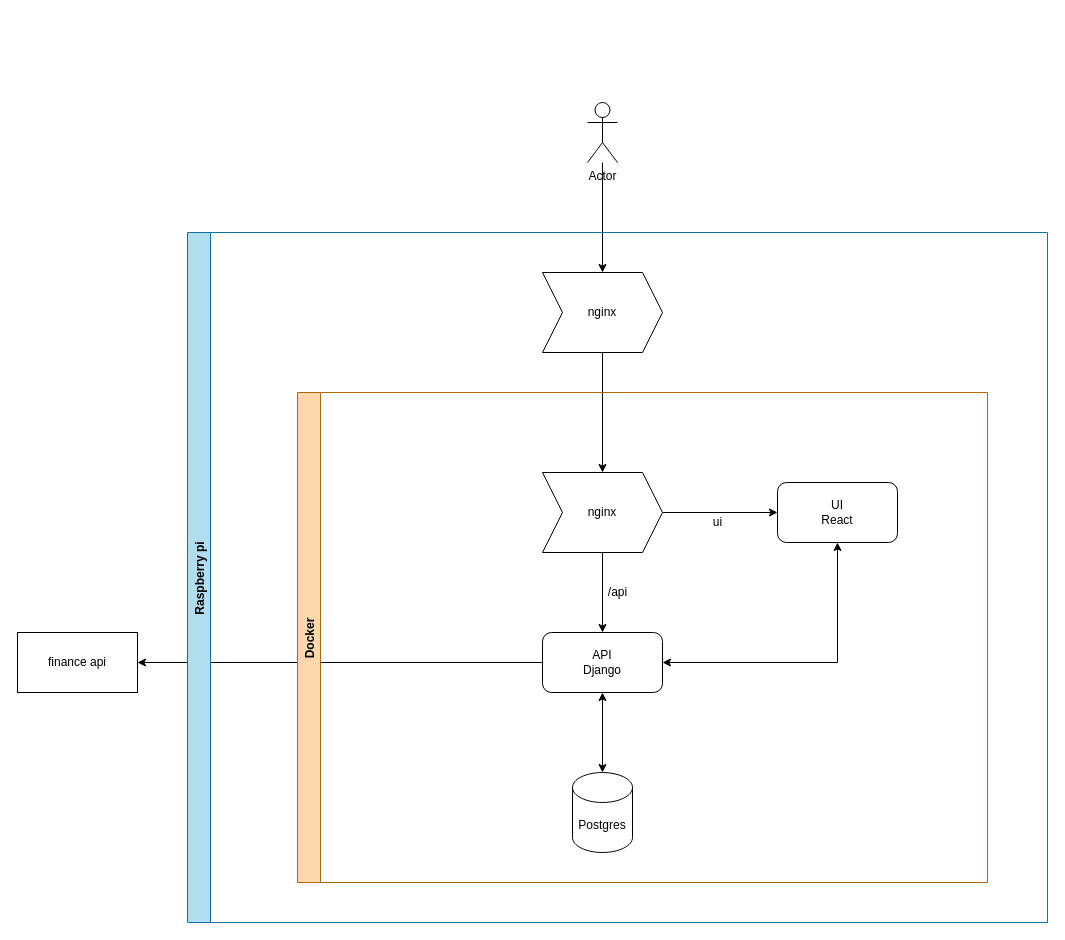
Before: resources/portfolio.drawio in berkayersengun/portfolio-api, a draw.io diagram. Source tidied: cells renumbered, new cells numbered last; positions are measured from the earlier drawing's top-left corner, leaving out a move shared by most shapes. Both pictures are drawn from the tidied source at 100%, with x=0, y=0 at pixel (17, 102).
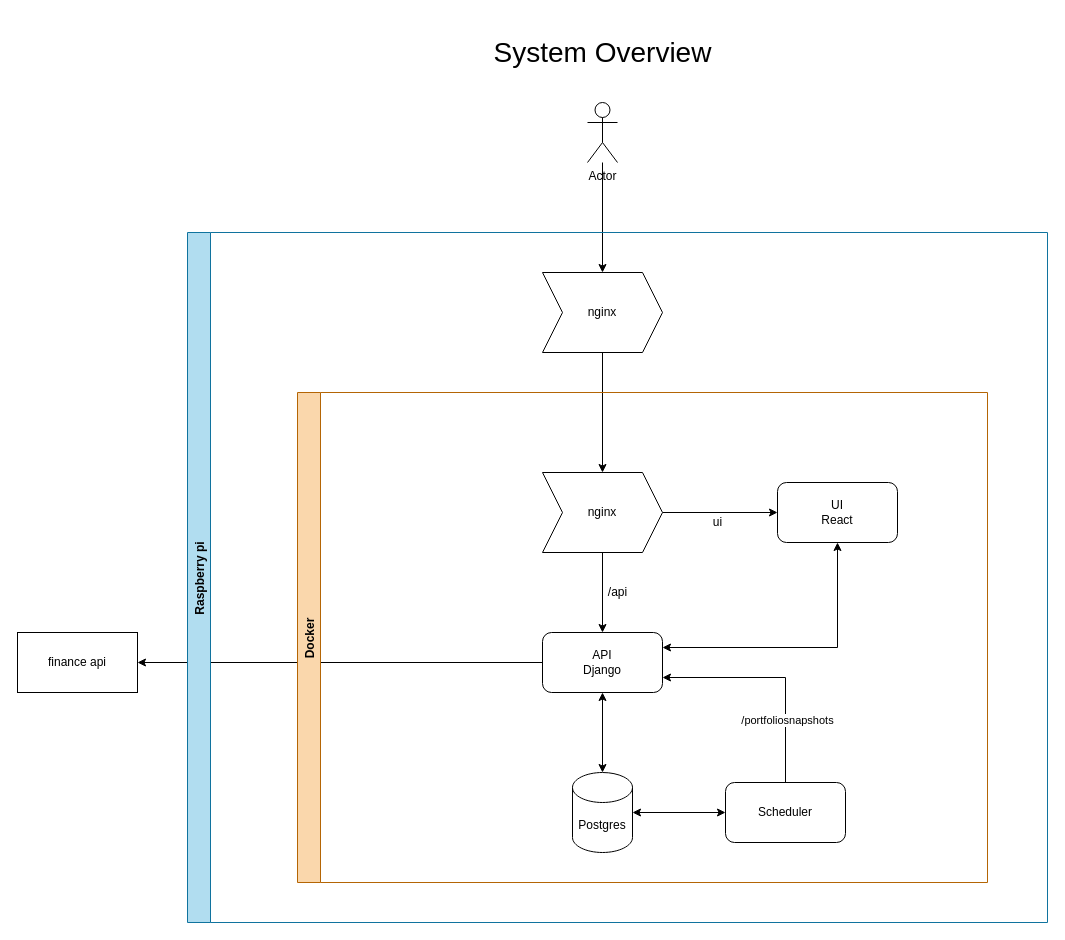
After the change.

The change refers to these unchanged cells:
```xml
<mxCell id="5" value="Raspberry pi" style="swimlane;horizontal=0;fillColor=#b1ddf0;strokeColor=#10739e;" parent="1" vertex="1">
  <mxGeometry x="170" y="130" width="860" height="690" as="geometry" />
</mxCell>
<mxCell id="6" value="UI&lt;br&gt;React" style="rounded=1;whiteSpace=wrap;html=1;" parent="5" vertex="1">
  <mxGeometry x="590" y="250" width="120" height="60" as="geometry" />
</mxCell>
<mxCell id="12" value="API&lt;br&gt;Django" style="rounded=1;whiteSpace=wrap;html=1;" parent="5" vertex="1">
  <mxGeometry x="355" y="400" width="120" height="60" as="geometry" />
</mxCell>
<mxCell id="13" value="Postgres" style="shape=cylinder3;whiteSpace=wrap;html=1;boundedLbl=1;backgroundOutline=1;size=15;" parent="5" vertex="1">
  <mxGeometry x="385" y="540" width="60" height="80" as="geometry" />
</mxCell>
<mxCell id="18" value="Docker" style="swimlane;horizontal=0;fillColor=#fad7ac;strokeColor=#b46504;" parent="5" vertex="1">
  <mxGeometry x="110" y="160" width="690" height="490" as="geometry" />
</mxCell>
```

Diff of the diagram source:
```diff
@@
     <mxCell id="17" style="edgeStyle=orthogonalEdgeStyle;rounded=0;jettySize=auto;html=1;startArrow=classic;startFill=1;endArrow=classic;endFill=1;entryX=0.5;entryY=1;entryDx=0;entryDy=0;" parent="5" edge="1" source="12" target="6">
-      <mxGeometry relative="1" as="geometry" />
+      <mxGeometry relative="1" as="geometry">
+        <Array as="points">
+          <mxPoint x="650" y="415" />
+        </Array>
+      </mxGeometry>
     </mxCell>
@@
+    <mxCell id="20" value="Scheduler" style="rounded=1;whiteSpace=wrap;html=1;" parent="18" vertex="1">
+      <mxGeometry x="428" y="390" width="120" height="60" as="geometry" />
+    </mxCell>
+    <mxCell id="21" style="edgeStyle=orthogonalEdgeStyle;rounded=0;jettySize=auto;html=1;entryX=1;entryY=0.75;entryDx=0;entryDy=0;" parent="5" edge="1" source="20" target="12">
+      <mxGeometry relative="1" as="geometry">
+        <Array as="points">
+          <mxPoint x="598" y="445" />
+        </Array>
+      </mxGeometry>
+    </mxCell>
+    <mxCell id="22" value="/portfoliosnapshots" style="edgeLabel;html=1;align=center;verticalAlign=middle;" parent="21" vertex="1">
+      <mxGeometry x="-0.45" y="-1" relative="1" as="geometry" />
+    </mxCell>
+    <mxCell id="23" style="edgeStyle=orthogonalEdgeStyle;rounded=0;jettySize=auto;html=1;entryX=1;entryY=0.5;entryDx=0;entryDy=0;entryPerimeter=0;startArrow=classic;startFill=1;" parent="5" edge="1" source="20" target="13">
+      <mxGeometry relative="1" as="geometry" />
+    </mxCell>
@@
+    <mxCell id="24" value="System Overview" style="text;html=1;strokeColor=none;fillColor=none;align=center;verticalAlign=middle;whiteSpace=wrap;rounded=0;fontSize=28;" parent="1" vertex="1">
+      <mxGeometry x="408.5" y="-85" width="353" height="70" as="geometry" />
+    </mxCell>
```
